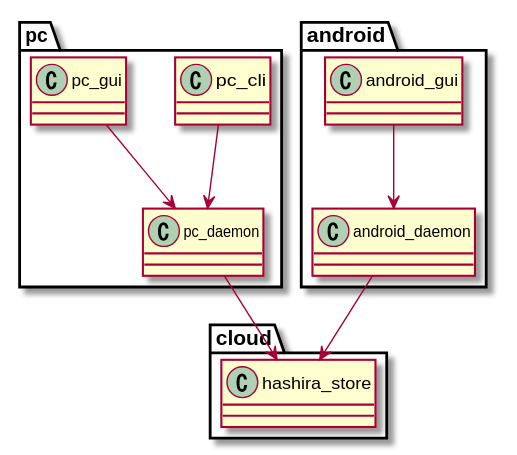
This is docs/uml/modules.svg from pankona/hashira, a PlantUML export, as it was before one commit.
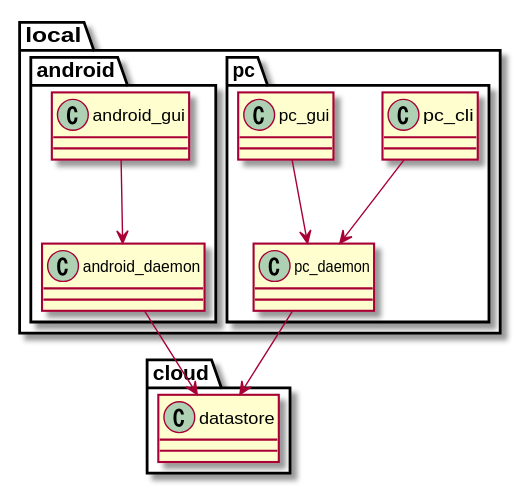
Later version of the same file.

Commit message:
update module diagrams

Change to the diagram source:
```diff
@@ -1,31 +1,33 @@
 @startuml
 
-package pc {
-    class pc_cli {
+package local {
+    package pc {
+        class pc_cli {
+        }
+        class pc_gui {
+        }
+        class pc_daemon {
+        }
     }
-    class pc_gui {
-    }
-    class pc_daemon {
-    }
-}
 
-package android {
-    class android_gui {
-    }
-    class android_daemon {
+    package android {
+        class android_gui {
+        }
+        class android_daemon {
+        }
     }
 }
 
 package cloud {
-    class hashira_store {
+    class datastore {
     }
 }
 
-pc_cli    --> pc_daemon
-pc_gui    --> pc_daemon
-pc_daemon --> hashira_store
+pc_cli      --> pc_daemon
+pc_gui      --> pc_daemon
+android_gui --> android_daemon
 
-android_gui    --> android_daemon
-android_daemon --> hashira_store
+pc_daemon      --> datastore
+android_daemon --> datastore
 
 @enduml
```
